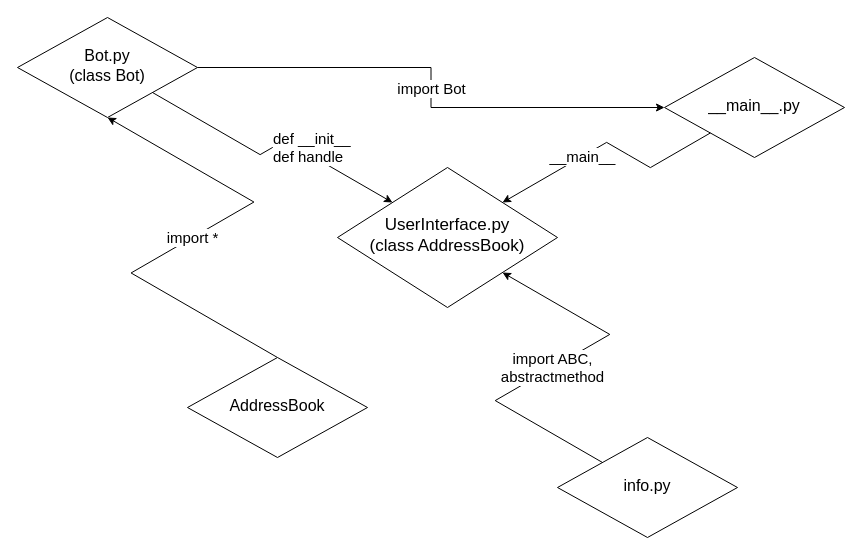
This is homework1.drawio from Bancheer/personal_assistant, a draw.io file, before an edit. Source tidied: cells renumbered, new cells numbered last; positions are measured from the earlier drawing's top-left corner, leaving out a move shared by most shapes. Both pictures are drawn from the tidied source at 100%, with x=0, y=0 at pixel (17, 17).
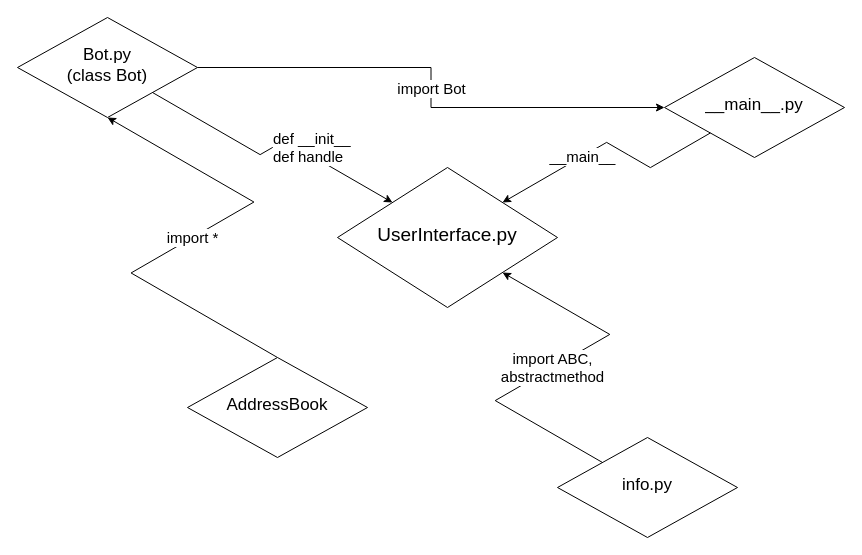
After the change.

Change to the diagram source:
```diff
@@
 <mxGraphModel>
   <root>
     <mxCell id="0" />
     <mxCell id="1" parent="0" />
     <mxCell id="2" value="&lt;font style=&quot;font-size: 15px;&quot;&gt;import Bot&lt;/font&gt;" style="edgeStyle=orthogonalEdgeStyle;rounded=0;jettySize=auto;html=1;" parent="1" edge="1" source="4" target="7">
       <mxGeometry relative="1" as="geometry" />
     </mxCell>
     <mxCell id="3" value="&lt;font style=&quot;font-size: 15px;&quot;&gt;import *&lt;/font&gt;" style="edgeStyle=isometricEdgeStyle;rounded=0;jettySize=auto;html=1;exitX=0.5;exitY=0;exitDx=0;exitDy=0;entryX=0.5;entryY=1;entryDx=0;entryDy=0;elbow=vertical;" parent="1" edge="1" source="10" target="4">
       <mxGeometry relative="1" as="geometry" />
     </mxCell>
-    <mxCell id="4" value="&lt;font style=&quot;font-size: 16px;&quot;&gt;Bot.py&lt;br&gt;(class Bot)&lt;/font&gt;" style="rhombus;whiteSpace=wrap;html=1;shadow=0;fontFamily=Helvetica;fontSize=12;align=center;strokeWidth=1;spacing=6;spacingTop=-4;" parent="1" vertex="1">
+    <mxCell id="4" value="&lt;font style=&quot;font-size: 17px;&quot;&gt;Bot.py&lt;br&gt;(class Bot)&lt;/font&gt;" style="rhombus;whiteSpace=wrap;html=1;shadow=0;fontFamily=Helvetica;fontSize=12;align=center;strokeWidth=1;spacing=6;spacingTop=-4;" parent="1" vertex="1">
       <mxGeometry width="180" height="100" as="geometry" />
     </mxCell>
-    <mxCell id="5" value="&lt;font style=&quot;font-size: 17px;&quot;&gt;UserInterface.py&lt;br&gt;(class AddressBook)&lt;/font&gt;" style="rhombus;whiteSpace=wrap;html=1;shadow=0;fontFamily=Helvetica;fontSize=12;align=center;strokeWidth=1;spacing=6;spacingTop=-4;" parent="1" vertex="1">
+    <mxCell id="5" value="&lt;font style=&quot;&quot;&gt;&lt;font style=&quot;font-size: 19px;&quot;&gt;UserInterface.py&lt;/font&gt;&lt;br&gt;&lt;/font&gt;" style="rhombus;whiteSpace=wrap;html=1;shadow=0;fontFamily=Helvetica;fontSize=12;align=center;strokeWidth=1;spacing=6;spacingTop=-4;" parent="1" vertex="1">
       <mxGeometry x="320" y="150" width="220" height="140" as="geometry" />
     </mxCell>
     <mxCell id="6" value="&lt;font style=&quot;font-size: 15px;&quot;&gt;def __init__&lt;br&gt;def handle&lt;/font&gt;" style="endArrow=classic;html=1;rounded=0;entryX=0;entryY=0;entryDx=0;entryDy=0;exitX=1;exitY=1;exitDx=0;exitDy=0;edgeStyle=isometricEdgeStyle;elbow=vertical;align=left;" parent="1" edge="1" source="4" target="5">
       <mxGeometry relative="1" as="geometry">
         <mxPoint x="-1" as="offset" />
       </mxGeometry>
     </mxCell>
-    <mxCell id="7" value="&lt;font style=&quot;font-size: 16px;&quot;&gt;__main__.py&lt;br&gt;&lt;/font&gt;" style="rhombus;whiteSpace=wrap;html=1;shadow=0;fontFamily=Helvetica;fontSize=12;align=center;strokeWidth=1;spacing=6;spacingTop=-4;" parent="1" vertex="1">
+    <mxCell id="7" value="&lt;font style=&quot;&quot;&gt;&lt;font style=&quot;font-size: 17px;&quot;&gt;__main__.py&lt;/font&gt;&lt;br&gt;&lt;/font&gt;" style="rhombus;whiteSpace=wrap;html=1;shadow=0;fontFamily=Helvetica;fontSize=12;align=center;strokeWidth=1;spacing=6;spacingTop=-4;" parent="1" vertex="1">
       <mxGeometry x="647" y="40" width="180" height="100" as="geometry" />
     </mxCell>
     <mxCell id="8" style="endArrow=classic;html=1;rounded=0;edgeStyle=isometricEdgeStyle;entryX=1;entryY=0;entryDx=0;entryDy=0;" parent="1" edge="1" source="7" target="5">
       <mxGeometry relative="1" as="geometry" />
     </mxCell>
     <mxCell id="9" value="&lt;font style=&quot;font-size: 15px;&quot;&gt;__main__&lt;/font&gt;" style="edgeLabel;html=1;align=center;verticalAlign=middle;" parent="8" vertex="1">
       <mxGeometry x="0.23" y="-1" relative="1" as="geometry" />
     </mxCell>
-    <mxCell id="10" value="&lt;font style=&quot;font-size: 16px;&quot;&gt;AddressBook&lt;br&gt;&lt;/font&gt;" style="rhombus;whiteSpace=wrap;html=1;shadow=0;fontFamily=Helvetica;fontSize=12;align=center;strokeWidth=1;spacing=6;spacingTop=-4;" parent="1" vertex="1">
+    <mxCell id="10" value="&lt;font style=&quot;&quot;&gt;&lt;font style=&quot;font-size: 17px;&quot;&gt;AddressBook&lt;/font&gt;&lt;br&gt;&lt;/font&gt;" style="rhombus;whiteSpace=wrap;html=1;shadow=0;fontFamily=Helvetica;fontSize=12;align=center;strokeWidth=1;spacing=6;spacingTop=-4;" parent="1" vertex="1">
       <mxGeometry x="170" y="340" width="180" height="100" as="geometry" />
     </mxCell>
-    <mxCell id="11" value="&lt;span style=&quot;font-size: 16px;&quot;&gt;info.py&lt;/span&gt;" style="rhombus;whiteSpace=wrap;html=1;shadow=0;fontFamily=Helvetica;fontSize=12;align=center;strokeWidth=1;spacing=6;spacingTop=-4;" parent="1" vertex="1">
+    <mxCell id="11" value="&lt;font style=&quot;font-size: 17px;&quot;&gt;info.py&lt;/font&gt;" style="rhombus;whiteSpace=wrap;html=1;shadow=0;fontFamily=Helvetica;fontSize=12;align=center;strokeWidth=1;spacing=6;spacingTop=-4;" parent="1" vertex="1">
       <mxGeometry x="540" y="420" width="180" height="100" as="geometry" />
     </mxCell>
     <mxCell id="12" value="&lt;font style=&quot;font-size: 15px;&quot;&gt;import ABC,&lt;br&gt;abstractmethod&lt;/font&gt;" style="endArrow=classic;html=1;rounded=0;exitX=0;exitY=0;exitDx=0;exitDy=0;edgeStyle=isometricEdgeStyle;elbow=vertical;entryX=1;entryY=1;entryDx=0;entryDy=0;" parent="1" edge="1" source="11" target="5">
       <mxGeometry relative="1" as="geometry" />
     </mxCell>
   </root>
 </mxGraphModel>
```
